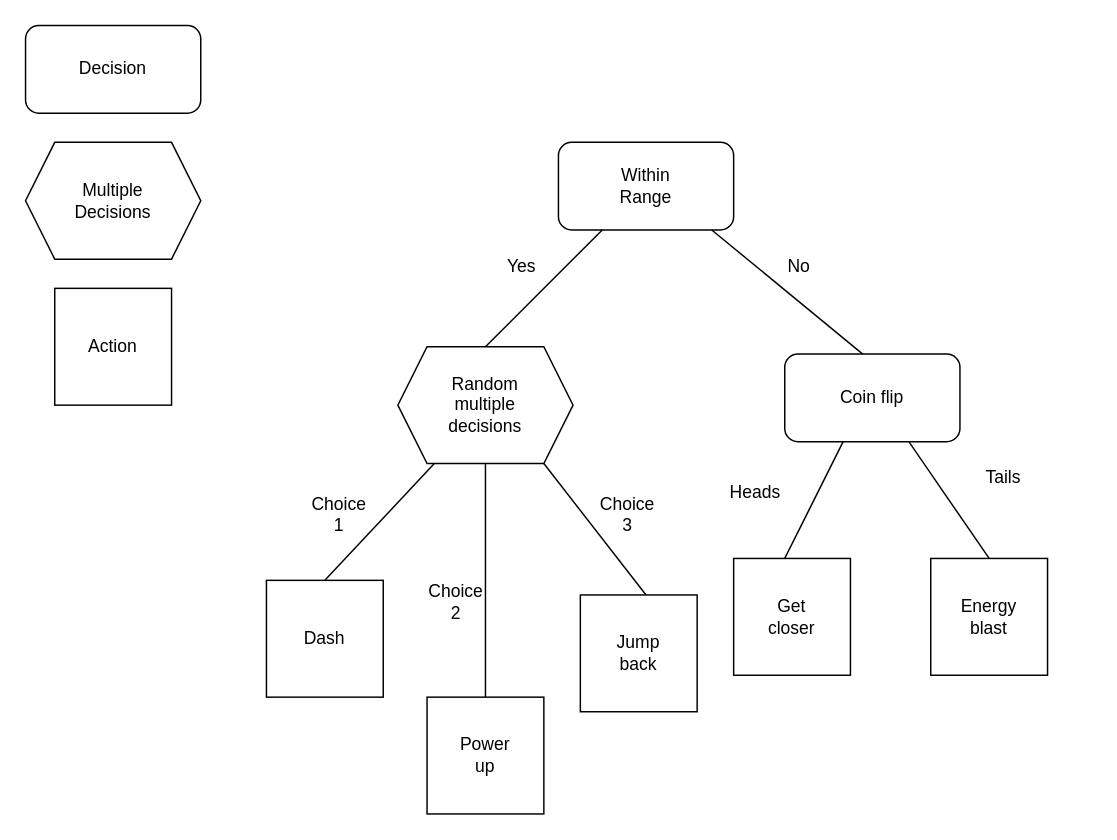
Wikkus/TheOneTrueKing keeps this draw.io diagram as decisionPatterns/BoarBossDecisionTree.drawio. Above is the earlier version. Source tidied: cells renumbered, new cells numbered last; positions are measured from the earlier drawing's top-left corner, leaving out a move shared by most shapes. Both pictures are drawn from the tidied source at 146%, with x=0, y=0 at pixel (25, 25).
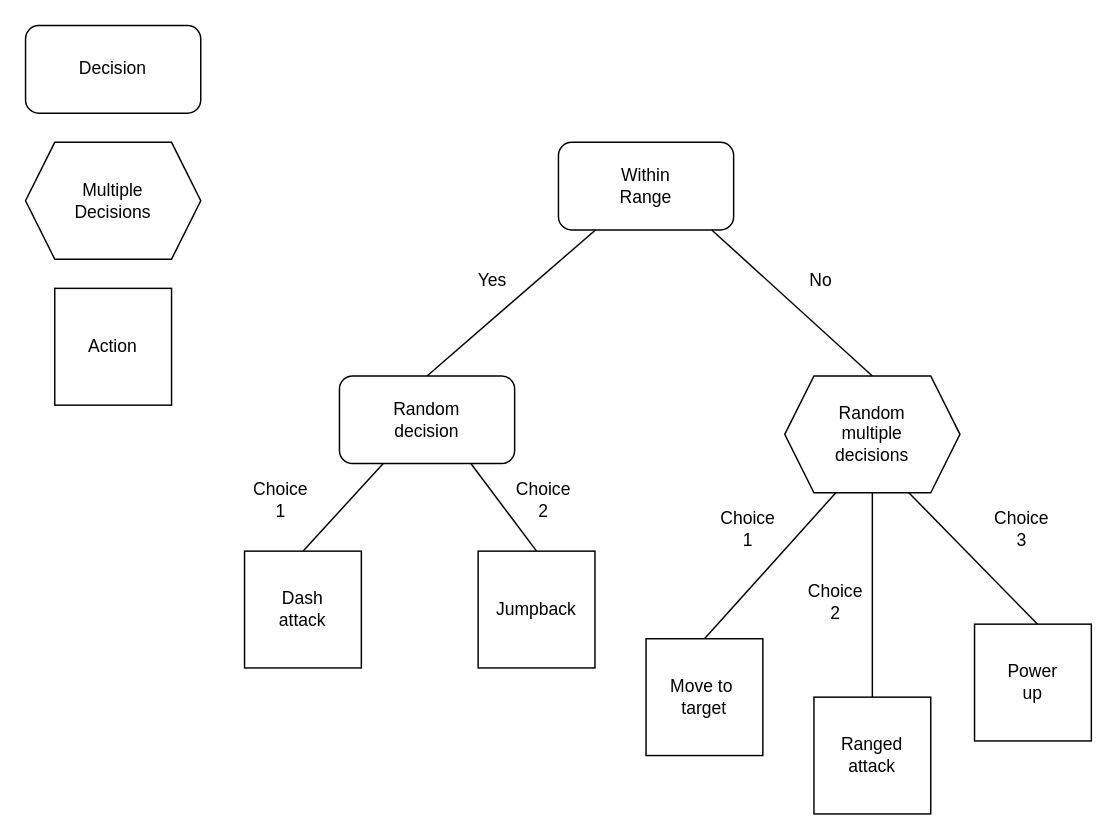
Above is the later version.

Unchanged cells that the change refers to:
```xml
<mxCell id="2" value="Within&lt;div&gt;Range&lt;/div&gt;" style="rounded=1;whiteSpace=wrap;html=1;" parent="1" vertex="1">
  <mxGeometry x="365" y="80" width="120" height="60" as="geometry" />
</mxCell>
```

What changed in the source:
```diff
@@
-    <mxCell id="3" style="endArrow=none;html=1;rounded=0;exitX=0.5;exitY=0;exitDx=0;exitDy=0;" parent="1" edge="1" source="7" target="2">
+    <mxCell id="3" style="endArrow=none;html=1;rounded=0;exitX=0.5;exitY=0;exitDx=0;exitDy=0;" parent="1" edge="1" source="18" target="2">
       <mxGeometry relative="1" as="geometry" />
     </mxCell>
@@
     <mxCell id="6" value="Yes" style="text;html=1;align=center;verticalAlign=middle;whiteSpace=wrap;rounded=0;" parent="1" vertex="1">
-      <mxGeometry x="330" y="150" width="20" height="30" as="geometry" />
+      <mxGeometry x="310" y="160" width="20" height="30" as="geometry" />
     </mxCell>
     <mxCell id="7" value="Random&lt;div&gt;multiple&lt;/div&gt;&lt;div&gt;decisions&lt;/div&gt;" style="shape=hexagon;perimeter=hexagonPerimeter2;whiteSpace=wrap;html=1;fixedSize=1;" parent="1" vertex="1">
-      <mxGeometry x="255" y="220" width="120" height="80" as="geometry" />
+      <mxGeometry x="520" y="240" width="120" height="80" as="geometry" />
     </mxCell>
@@
-    <mxCell id="9" style="endArrow=none;html=1;rounded=0;" parent="1" edge="1">
-      <mxGeometry relative="1" as="geometry">
-        <mxPoint x="205" y="380" as="sourcePoint" />
-        <mxPoint x="280" y="300" as="targetPoint" />
-      </mxGeometry>
+    <mxCell id="9" style="endArrow=none;html=1;rounded=0;entryX=0.25;entryY=1;entryDx=0;entryDy=0;exitX=0.5;exitY=0;exitDx=0;exitDy=0;" parent="1" edge="1" source="15" target="18">
+      <mxGeometry relative="1" as="geometry" />
     </mxCell>
-    <mxCell id="10" style="endArrow=none;html=1;rounded=0;" parent="1" edge="1">
+    <mxCell id="10" style="endArrow=none;html=1;rounded=0;exitX=0.5;exitY=0;exitDx=0;exitDy=0;" parent="1" edge="1" source="23">
       <mxGeometry relative="1" as="geometry">
-        <mxPoint x="315" y="460" as="sourcePoint" />
-        <mxPoint x="315" y="300" as="targetPoint" />
+        <mxPoint x="580" y="320" as="targetPoint" />
       </mxGeometry>
     </mxCell>
-    <mxCell id="11" style="endArrow=none;html=1;rounded=0;" parent="1" edge="1">
-      <mxGeometry relative="1" as="geometry">
-        <mxPoint x="425" y="390" as="sourcePoint" />
-        <mxPoint x="355" y="300" as="targetPoint" />
-      </mxGeometry>
+    <mxCell id="11" style="endArrow=none;html=1;rounded=0;entryX=0.75;entryY=1;entryDx=0;entryDy=0;exitX=0.5;exitY=0;exitDx=0;exitDy=0;" parent="1" edge="1" source="25" target="18">
+      <mxGeometry relative="1" as="geometry" />
     </mxCell>
     <mxCell id="12" value="Choice 1" style="text;html=1;align=center;verticalAlign=middle;whiteSpace=wrap;rounded=0;" parent="1" vertex="1">
-      <mxGeometry x="195" y="320" width="40" height="30" as="geometry" />
+      <mxGeometry x="475" y="330" width="40" height="30" as="geometry" />
     </mxCell>
     <mxCell id="13" value="Choice 2" style="text;html=1;align=center;verticalAlign=middle;whiteSpace=wrap;rounded=0;" parent="1" vertex="1">
-      <mxGeometry x="275" y="380" width="40" height="30" as="geometry" />
+      <mxGeometry x="535" y="380" width="40" height="30" as="geometry" />
     </mxCell>
     <mxCell id="14" value="Choice 3" style="text;html=1;align=center;verticalAlign=middle;whiteSpace=wrap;rounded=0;" parent="1" vertex="1">
-      <mxGeometry x="390" y="320" width="45" height="30" as="geometry" />
+      <mxGeometry x="660" y="330" width="45" height="30" as="geometry" />
     </mxCell>
-    <mxCell id="15" value="Dash" style="whiteSpace=wrap;html=1;" parent="1" vertex="1">
-      <mxGeometry x="165" y="380" width="80" height="80" as="geometry" />
+    <mxCell id="15" value="Dash&lt;div&gt;attack&lt;/div&gt;" style="whiteSpace=wrap;html=1;" parent="1" vertex="1">
+      <mxGeometry x="150" y="360" width="80" height="80" as="geometry" />
     </mxCell>
-    <mxCell id="16" style="endArrow=none;html=1;rounded=0;exitX=0.447;exitY=0.004;exitDx=0;exitDy=0;exitPerimeter=0;" parent="1" edge="1" source="18">
+    <mxCell id="16" style="endArrow=none;html=1;rounded=0;exitX=0.5;exitY=0;exitDx=0;exitDy=0;" parent="1" edge="1" source="7">
       <mxGeometry relative="1" as="geometry">
         <mxPoint x="470" y="140" as="targetPoint" />
       </mxGeometry>
     </mxCell>
-    <mxCell id="17" value="Get&lt;div&gt;closer&lt;/div&gt;" style="whiteSpace=wrap;html=1;" parent="1" vertex="1">
-      <mxGeometry x="485" y="365" width="80" height="80" as="geometry" />
+    <mxCell id="17" value="Move to&amp;nbsp;&lt;div&gt;target&lt;/div&gt;" style="whiteSpace=wrap;html=1;" parent="1" vertex="1">
+      <mxGeometry x="425" y="420" width="80" height="80" as="geometry" />
     </mxCell>
-    <mxCell id="18" value="Coin flip" style="rounded=1;whiteSpace=wrap;html=1;" parent="1" vertex="1">
-      <mxGeometry x="520" y="225" width="120" height="60" as="geometry" />
+    <mxCell id="18" value="Random&lt;div&gt;decision&lt;/div&gt;" style="rounded=1;whiteSpace=wrap;html=1;" parent="1" vertex="1">
+      <mxGeometry x="215" y="240" width="120" height="60" as="geometry" />
     </mxCell>
-    <mxCell id="19" style="endArrow=none;html=1;rounded=0;" parent="1" edge="1">
+    <mxCell id="19" style="endArrow=none;html=1;rounded=0;exitX=0.5;exitY=0;exitDx=0;exitDy=0;" parent="1" edge="1" source="17">
       <mxGeometry relative="1" as="geometry">
-        <mxPoint x="520" y="365" as="sourcePoint" />
-        <mxPoint x="560" y="285" as="targetPoint" />
+        <mxPoint x="555" y="320" as="targetPoint" />
       </mxGeometry>
     </mxCell>
-    <mxCell id="20" style="endArrow=none;html=1;rounded=0;" parent="1" edge="1">
+    <mxCell id="20" style="endArrow=none;html=1;rounded=0;exitX=0.588;exitY=0.05;exitDx=0;exitDy=0;exitPerimeter=0;" parent="1" edge="1" source="24">
       <mxGeometry relative="1" as="geometry">
-        <mxPoint x="660" y="365" as="sourcePoint" />
-        <mxPoint x="605" y="285" as="targetPoint" />
+        <mxPoint x="605" y="320" as="targetPoint" />
       </mxGeometry>
     </mxCell>
-    <mxCell id="21" value="Heads" style="text;html=1;align=center;verticalAlign=middle;whiteSpace=wrap;rounded=0;" parent="1" vertex="1">
-      <mxGeometry x="470" y="305" width="60" height="30" as="geometry" />
-    </mxCell>
-    <mxCell id="22" value="Tails" style="text;html=1;align=center;verticalAlign=middle;whiteSpace=wrap;rounded=0;" parent="1" vertex="1">
-      <mxGeometry x="640" y="295" width="60" height="30" as="geometry" />
-    </mxCell>
-    <mxCell id="23" value="Energy&lt;div&gt;blast&lt;/div&gt;" style="whiteSpace=wrap;html=1;" parent="1" vertex="1">
-      <mxGeometry x="620" y="365" width="80" height="80" as="geometry" />
+    <mxCell id="23" value="Ranged&lt;div&gt;attack&lt;/div&gt;" style="whiteSpace=wrap;html=1;" parent="1" vertex="1">
+      <mxGeometry x="540" y="460" width="80" height="80" as="geometry" />
     </mxCell>
     <mxCell id="24" value="Power&lt;div&gt;up&lt;/div&gt;" style="whiteSpace=wrap;html=1;" parent="1" vertex="1">
-      <mxGeometry x="275" y="460" width="80" height="80" as="geometry" />
+      <mxGeometry x="650" y="410" width="80" height="80" as="geometry" />
     </mxCell>
-    <mxCell id="25" value="Jump&lt;div&gt;back&lt;/div&gt;" style="whiteSpace=wrap;html=1;" parent="1" vertex="1">
-      <mxGeometry x="380" y="390" width="80" height="80" as="geometry" />
+    <mxCell id="25" value="Jumpback" style="whiteSpace=wrap;html=1;" parent="1" vertex="1">
+      <mxGeometry x="310" y="360" width="80" height="80" as="geometry" />
     </mxCell>
     <mxCell id="26" value="No" style="text;html=1;align=center;verticalAlign=middle;whiteSpace=wrap;rounded=0;" parent="1" vertex="1">
-      <mxGeometry x="520" y="150" width="20" height="30" as="geometry" />
+      <mxGeometry x="535" y="160" width="20" height="30" as="geometry" />
     </mxCell>
+    <mxCell id="27" value="Choice 1" style="text;html=1;align=center;verticalAlign=middle;whiteSpace=wrap;rounded=0;" parent="1" vertex="1">
+      <mxGeometry x="155" y="310" width="40" height="30" as="geometry" />
+    </mxCell>
+    <mxCell id="28" value="Choice 2" style="text;html=1;align=center;verticalAlign=middle;whiteSpace=wrap;rounded=0;" parent="1" vertex="1">
+      <mxGeometry x="335" y="310" width="40" height="30" as="geometry" />
+    </mxCell>
```
